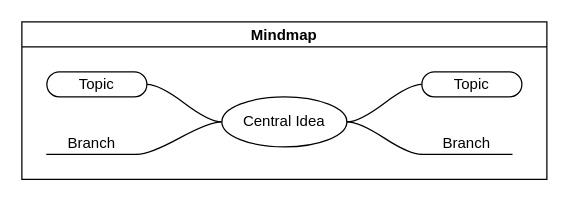
kidoln/drawio keeps this draw.io diagram as mytest.drawio. Above is the earlier version. Source tidied: cells renumbered, new cells numbered last; positions are measured from the earlier drawing's top-left corner, leaving out a move shared by most shapes. Both pictures are drawn from the tidied source at 125%, with x=0, y=0 at pixel (21, 21).
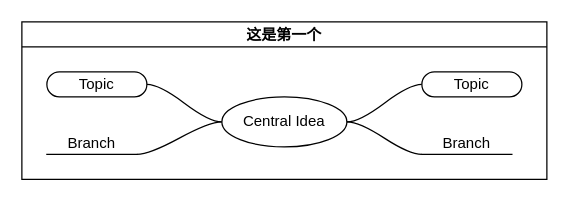
After the change.

Diff of the diagram source:
```diff
@@
 <mxGraphModel>
   <root>
     <mxCell id="0" />
     <mxCell id="1" parent="0" />
-    <mxCell id="2" value="Mindmap" style="swimlane;startSize=20;horizontal=1;containerType=tree;" parent="1" vertex="1">
+    <mxCell id="2" value="这是第一个" style="swimlane;startSize=20;horizontal=1;containerType=tree;" parent="1" vertex="1">
       <mxGeometry width="420" height="126" as="geometry" />
     </mxCell>
     <mxCell id="3" style="edgeStyle=entityRelationEdgeStyle;startArrow=none;endArrow=none;segment=10;curved=1;rounded=0;" parent="2" edge="1" source="7" target="8">
       <mxGeometry relative="1" as="geometry" />
     </mxCell>
     <mxCell id="4" style="edgeStyle=entityRelationEdgeStyle;startArrow=none;endArrow=none;segment=10;curved=1;rounded=0;" parent="2" edge="1" source="7" target="9">
       <mxGeometry relative="1" as="geometry" />
     </mxCell>
     <mxCell id="5" style="edgeStyle=entityRelationEdgeStyle;startArrow=none;endArrow=none;segment=10;curved=1;rounded=0;" parent="2" edge="1" source="7" target="10">
       <mxGeometry relative="1" as="geometry" />
     </mxCell>
     <mxCell id="6" style="edgeStyle=entityRelationEdgeStyle;startArrow=none;endArrow=none;segment=10;curved=1;rounded=0;" parent="2" edge="1" source="7" target="11">
       <mxGeometry relative="1" as="geometry" />
     </mxCell>
     <mxCell id="7" value="Central Idea" style="ellipse;whiteSpace=wrap;html=1;align=center;newEdgeStyle={&quot;edgeStyle&quot;:&quot;entityRelationEdgeStyle&quot;,&quot;startArrow&quot;:&quot;none&quot;,&quot;endArrow&quot;:&quot;none&quot;,&quot;segment&quot;:10,&quot;curved&quot;:1};" parent="2" vertex="1">
       <mxGeometry x="160" y="60" width="100" height="40" as="geometry" />
     </mxCell>
     <mxCell id="8" value="Topic" style="whiteSpace=wrap;html=1;rounded=1;arcSize=50;align=center;verticalAlign=middle;strokeWidth=1;spacing=4;newEdgeStyle={&quot;edgeStyle&quot;:&quot;entityRelationEdgeStyle&quot;,&quot;startArrow&quot;:&quot;none&quot;,&quot;endArrow&quot;:&quot;none&quot;,&quot;segment&quot;:10,&quot;curved&quot;:1};" parent="2" vertex="1">
       <mxGeometry x="320" y="40" width="80" height="20" as="geometry" />
     </mxCell>
     <mxCell id="9" value="Branch" style="whiteSpace=wrap;html=1;shape=partialRectangle;top=0;left=0;bottom=1;right=0;points=[[0,1],[1,1]];fillColor=none;align=center;verticalAlign=bottom;routingCenterY=0.5;snapToPoint=1;newEdgeStyle={&quot;edgeStyle&quot;:&quot;entityRelationEdgeStyle&quot;,&quot;startArrow&quot;:&quot;none&quot;,&quot;endArrow&quot;:&quot;none&quot;,&quot;segment&quot;:10,&quot;curved&quot;:1};" parent="2" vertex="1">
       <mxGeometry x="320" y="80" width="72" height="26" as="geometry" />
     </mxCell>
     <mxCell id="10" value="Topic" style="whiteSpace=wrap;html=1;rounded=1;arcSize=50;align=center;verticalAlign=middle;strokeWidth=1;spacing=4;newEdgeStyle={&quot;edgeStyle&quot;:&quot;entityRelationEdgeStyle&quot;,&quot;startArrow&quot;:&quot;none&quot;,&quot;endArrow&quot;:&quot;none&quot;,&quot;segment&quot;:10,&quot;curved&quot;:1};" parent="2" vertex="1">
       <mxGeometry x="20" y="40" width="80" height="20" as="geometry" />
     </mxCell>
     <mxCell id="11" value="Branch" style="whiteSpace=wrap;html=1;shape=partialRectangle;top=0;left=0;bottom=1;right=0;points=[[0,1],[1,1]];fillColor=none;align=center;verticalAlign=bottom;routingCenterY=0.5;snapToPoint=1;newEdgeStyle={&quot;edgeStyle&quot;:&quot;entityRelationEdgeStyle&quot;,&quot;startArrow&quot;:&quot;none&quot;,&quot;endArrow&quot;:&quot;none&quot;,&quot;segment&quot;:10,&quot;curved&quot;:1};" parent="2" vertex="1">
       <mxGeometry x="20" y="80" width="72" height="26" as="geometry" />
     </mxCell>
   </root>
 </mxGraphModel>
```
